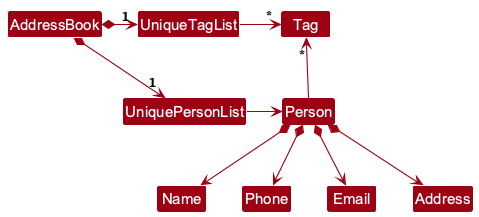
Above: docs/images/BetterModelClassDiagram.png in AY2526S1-CS2103T-T08-3/tp (PlantUML), before the change. Its diagram source:
```plantuml
@startuml
!include style.puml
skinparam arrowThickness 1.1
skinparam arrowColor MODEL_COLOR
skinparam classBackgroundColor MODEL_COLOR

AddressBook *-right-> "1" UniquePersonList
AddressBook *-right-> "1" UniqueTagList
UniqueTagList -[hidden]down- UniquePersonList
UniqueTagList -[hidden]down- UniquePersonList

UniqueTagList -right-> "*" Tag
UniquePersonList -right-> Person

Person -up-> "*" Tag

Person *--> Name
Person *--> Phone
Person *--> Email
Person *--> Address
@enduml
```
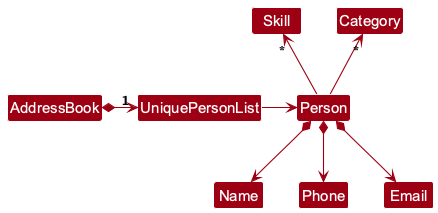
After the change.

The edit, as a diff of the source:
```diff
@@ -5,17 +5,12 @@
 skinparam classBackgroundColor MODEL_COLOR
 
 AddressBook *-right-> "1" UniquePersonList
-AddressBook *-right-> "1" UniqueTagList
-UniqueTagList -[hidden]down- UniquePersonList
-UniqueTagList -[hidden]down- UniquePersonList
-
-UniqueTagList -right-> "*" Tag
 UniquePersonList -right-> Person
 
-Person -up-> "*" Tag
+Person -up-> "*" Category
+Person -up-> "*" Skill
 
 Person *--> Name
 Person *--> Phone
 Person *--> Email
-Person *--> Address
 @enduml
```
